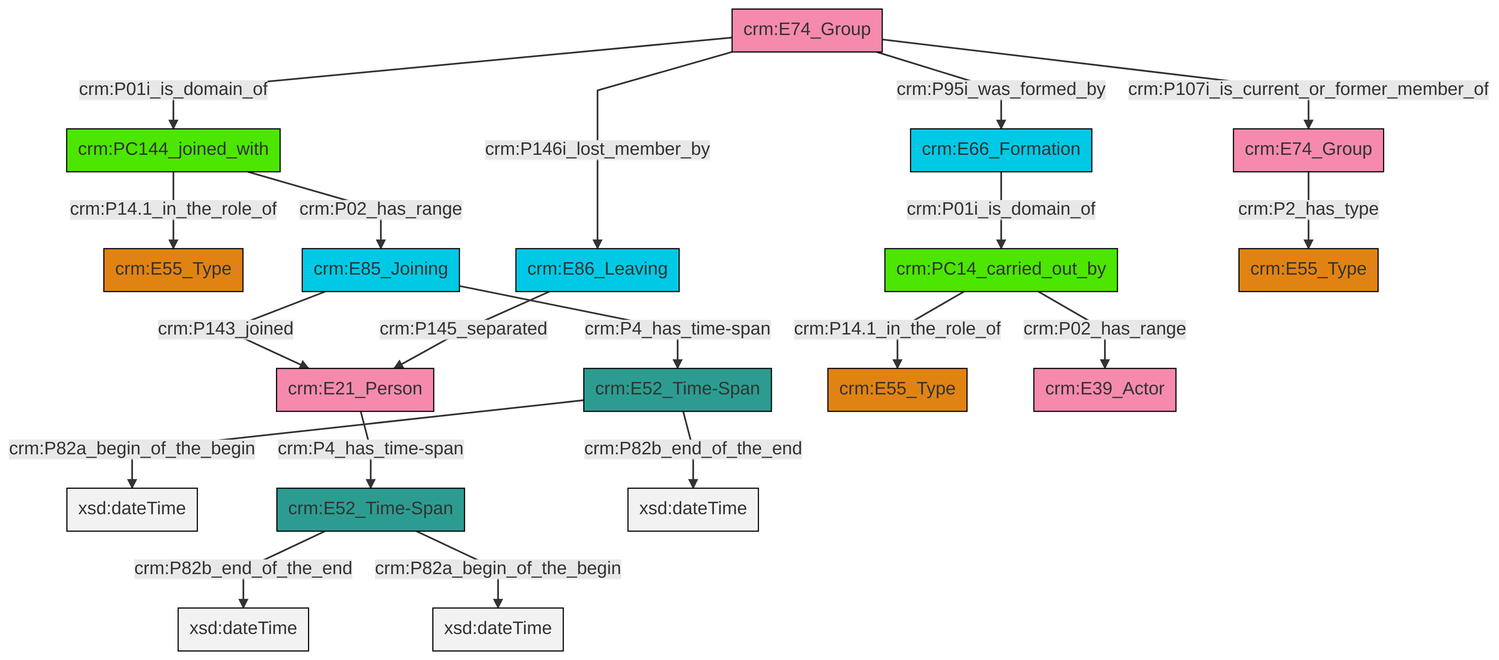
Before: et/groupCSV/ttl/mmd/png/group_actor_relations.png, a diagram exported from Mermaid (swiss-art-research-net/reference-data-models). Its source is kept beside it as et/groupCSV/ttl/mmd/group_actor_relations.ttl.mmd.
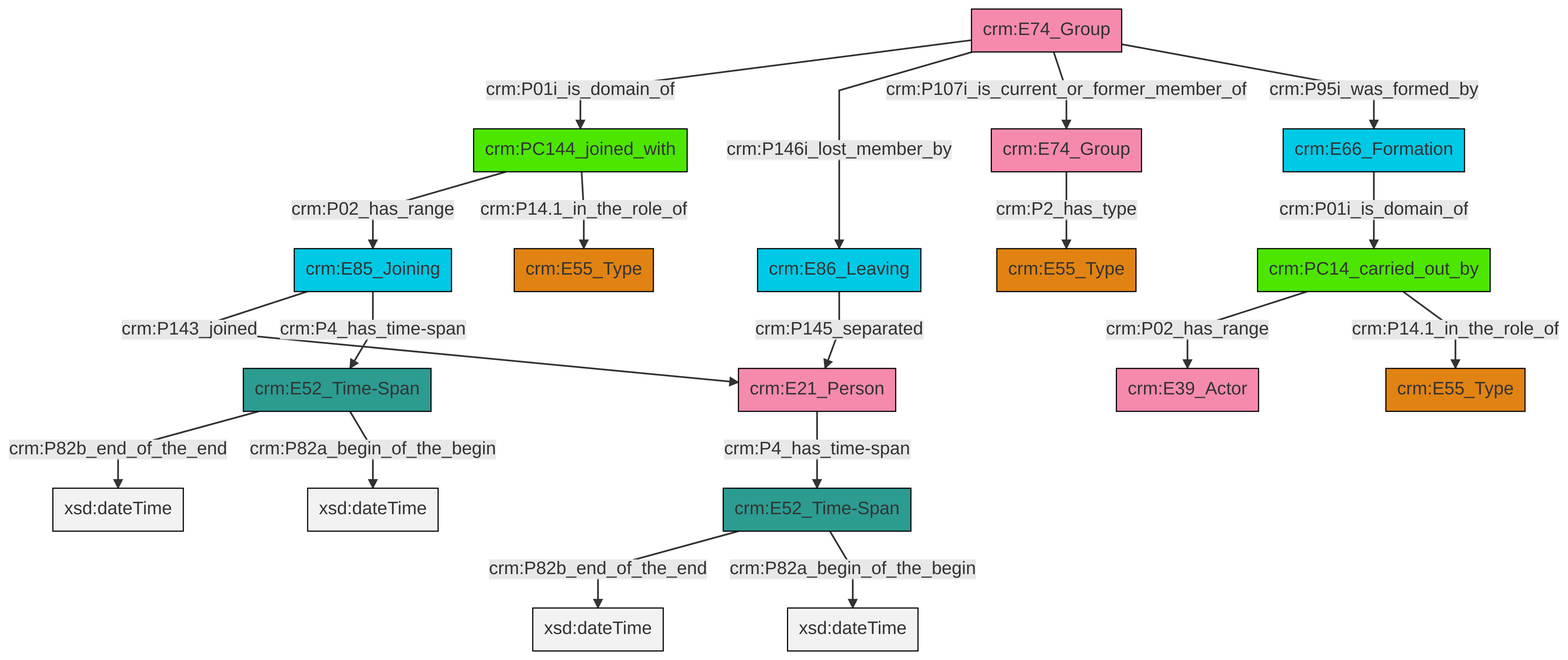
Later version of the same file.

What changed in the source:
```diff
@@ -13,21 +13,21 @@
 classDef PC_Classes fill:#4ce600, stroke:#000000;
 classDef Multi fill:#cccccc,stroke:#000000;
 
-2["crm:E85_Joining"]:::Temporal_Entity -->|crm:P143_joined| 3["crm:E21_Person"]:::Actor
-4["crm:E74_Group"]:::Actor -->|crm:P01i_is_domain_of| 5["crm:PC144_joined_with"]:::PC_Classes
-4["crm:E74_Group"]:::Actor -->|crm:P95i_was_formed_by| 7["crm:E66_Formation"]:::Temporal_Entity
-8["crm:E52_Time-Span"]:::Time-Span -->|crm:P82a_begin_of_the_begin| 9[xsd:dateTime]:::Literal
-4["crm:E74_Group"]:::Actor -->|crm:P146i_lost_member_by| 14["crm:E86_Leaving"]:::Temporal_Entity
-2["crm:E85_Joining"]:::Temporal_Entity -->|crm:P4_has_time-span| 8["crm:E52_Time-Span"]:::Time-Span
-15["crm:PC14_carried_out_by"]:::PC_Classes -->|crm:P14.1_in_the_role_of| 16["crm:E55_Type"]:::Type
-15["crm:PC14_carried_out_by"]:::PC_Classes -->|crm:P02_has_range| 17["crm:E39_Actor"]:::Actor
-12["crm:E74_Group"]:::Actor -->|crm:P2_has_type| 19["crm:E55_Type"]:::Type
-7["crm:E66_Formation"]:::Temporal_Entity -->|crm:P01i_is_domain_of| 15["crm:PC14_carried_out_by"]:::PC_Classes
-4["crm:E74_Group"]:::Actor -->|crm:P107i_is_current_or_former_member_of| 12["crm:E74_Group"]:::Actor
-5["crm:PC144_joined_with"]:::PC_Classes -->|crm:P02_has_range| 2["crm:E85_Joining"]:::Temporal_Entity
-24["crm:E52_Time-Span"]:::Time-Span -->|crm:P82b_end_of_the_end| 25[xsd:dateTime]:::Literal
-5["crm:PC144_joined_with"]:::PC_Classes -->|crm:P14.1_in_the_role_of| 0["crm:E55_Type"]:::Type
-8["crm:E52_Time-Span"]:::Time-Span -->|crm:P82b_end_of_the_end| 32[xsd:dateTime]:::Literal
-14["crm:E86_Leaving"]:::Temporal_Entity -->|crm:P145_separated| 3["crm:E21_Person"]:::Actor
-24["crm:E52_Time-Span"]:::Time-Span -->|crm:P82a_begin_of_the_begin| 34[xsd:dateTime]:::Literal
-3["crm:E21_Person"]:::Actor -->|crm:P4_has_time-span| 24["crm:E52_Time-Span"]:::Time-Span
+12["crm:E74_Group"]:::Actor -->|crm:P01i_is_domain_of| 13["crm:PC144_joined_with"]:::PC_Classes
+14["crm:PC14_carried_out_by"]:::PC_Classes -->|crm:P02_has_range| 15["crm:E39_Actor"]:::Actor
+16["crm:E52_Time-Span"]:::Time-Span -->|crm:P82b_end_of_the_end| 17[xsd:dateTime]:::Literal
+18["crm:E74_Group"]:::Actor -->|crm:P2_has_type| 19["crm:E55_Type"]:::Type
+8["crm:E66_Formation"]:::Temporal_Entity -->|crm:P01i_is_domain_of| 14["crm:PC14_carried_out_by"]:::PC_Classes
+14["crm:PC14_carried_out_by"]:::PC_Classes -->|crm:P14.1_in_the_role_of| 6["crm:E55_Type"]:::Type
+12["crm:E74_Group"]:::Actor -->|crm:P146i_lost_member_by| 2["crm:E86_Leaving"]:::Temporal_Entity
+13["crm:PC144_joined_with"]:::PC_Classes -->|crm:P02_has_range| 10["crm:E85_Joining"]:::Temporal_Entity
+4["crm:E52_Time-Span"]:::Time-Span -->|crm:P82b_end_of_the_end| 24[xsd:dateTime]:::Literal
+10["crm:E85_Joining"]:::Temporal_Entity -->|crm:P143_joined| 25["crm:E21_Person"]:::Actor
+4["crm:E52_Time-Span"]:::Time-Span -->|crm:P82a_begin_of_the_begin| 26[xsd:dateTime]:::Literal
+12["crm:E74_Group"]:::Actor -->|crm:P107i_is_current_or_former_member_of| 18["crm:E74_Group"]:::Actor
+25["crm:E21_Person"]:::Actor -->|crm:P4_has_time-span| 16["crm:E52_Time-Span"]:::Time-Span
+10["crm:E85_Joining"]:::Temporal_Entity -->|crm:P4_has_time-span| 4["crm:E52_Time-Span"]:::Time-Span
+13["crm:PC144_joined_with"]:::PC_Classes -->|crm:P14.1_in_the_role_of| 0["crm:E55_Type"]:::Type
+2["crm:E86_Leaving"]:::Temporal_Entity -->|crm:P145_separated| 25["crm:E21_Person"]:::Actor
+12["crm:E74_Group"]:::Actor -->|crm:P95i_was_formed_by| 8["crm:E66_Formation"]:::Temporal_Entity
+16["crm:E52_Time-Span"]:::Time-Span -->|crm:P82a_begin_of_the_begin| 32[xsd:dateTime]:::Literal
```
